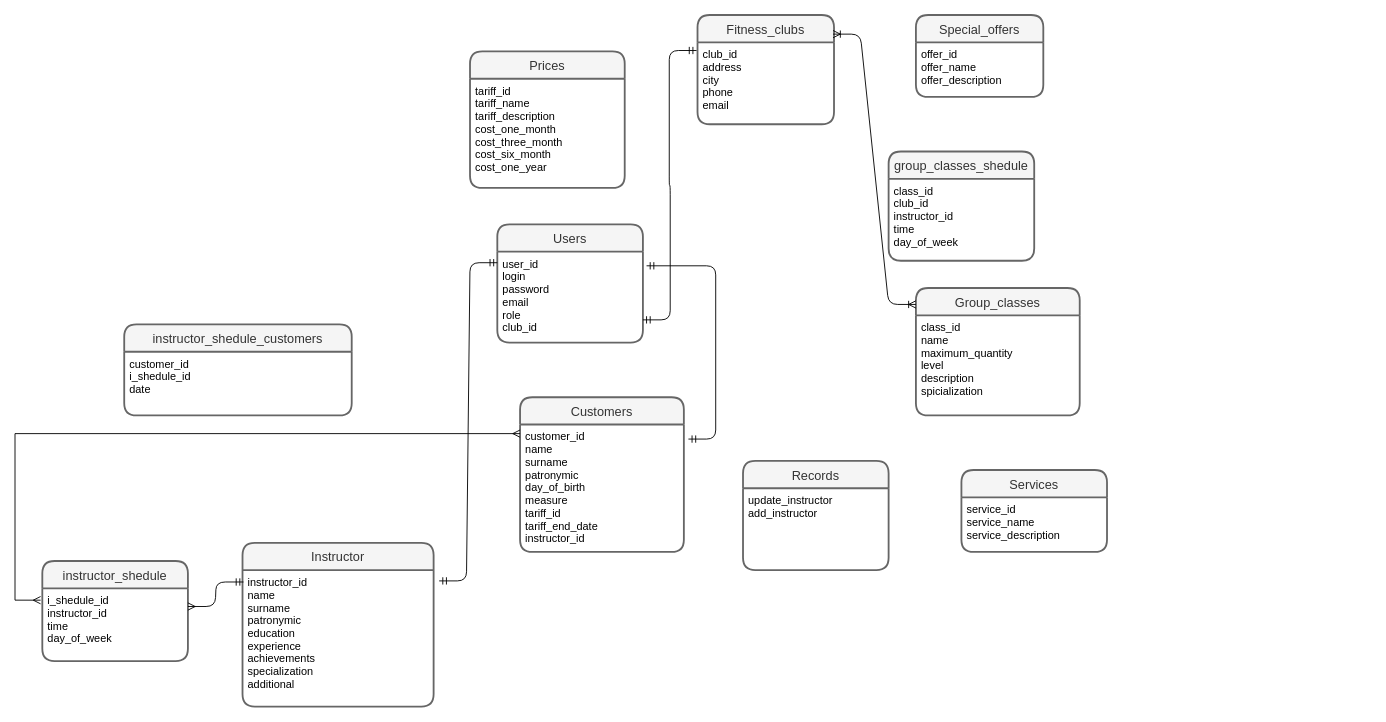
LyubaxaPro/database_course_project keeps this draw.io diagram as course_project_new.drawio. Above is the earlier version. Source tidied: cells renumbered, new cells numbered last; positions are measured from the earlier drawing's top-left corner, leaving out a move shared by most shapes. Both pictures are drawn from the tidied source at 91%, with x=0, y=0 at pixel (15, 15).
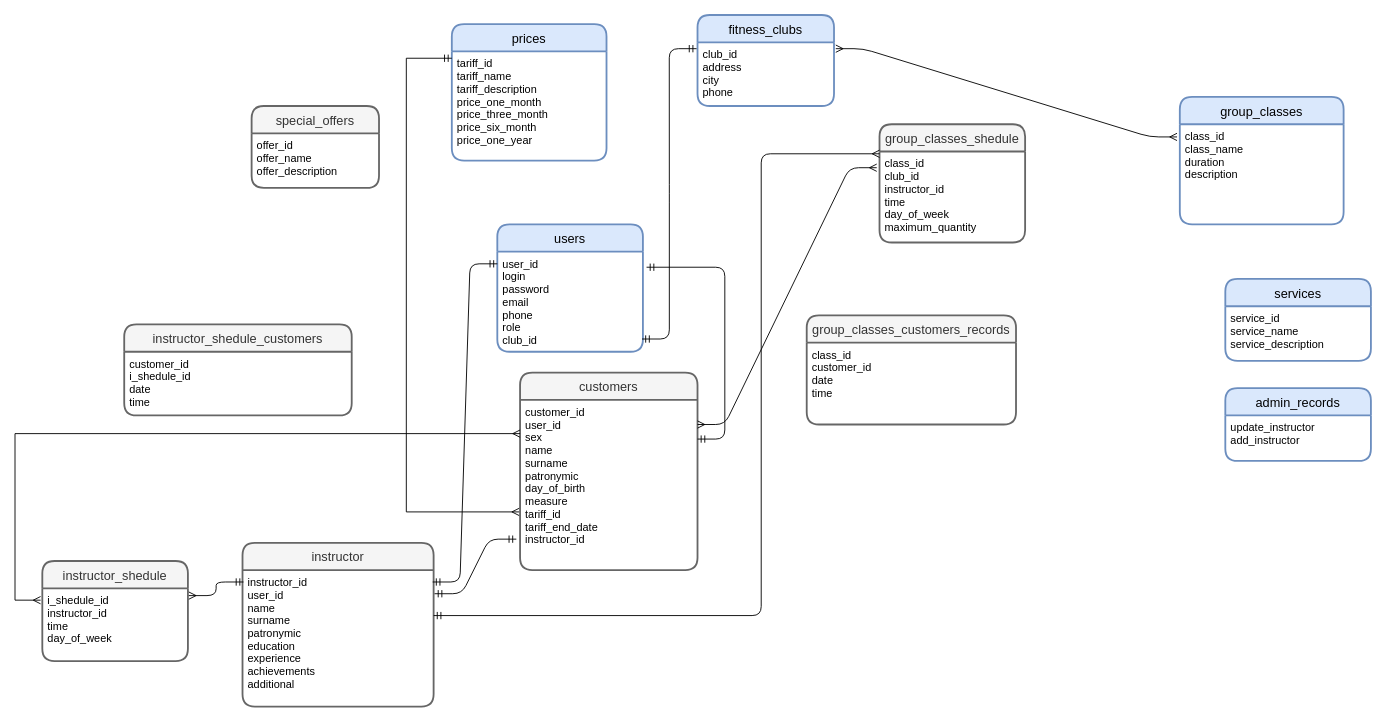
Above is the later version.

The change refers to these unchanged cells:
```xml
<mxCell id="27" value="i_shedule_id&#10;instructor_id&#10;time&#10;day_of_week" style="align=left;strokeColor=none;fillColor=none;spacingLeft=4;fontSize=12;verticalAlign=top;" parent="26" vertex="1">
  <mxGeometry y="30" width="160" height="80" as="geometry" />
</mxCell>
<mxCell id="29" value="instructor_shedule_customers" style="swimlane;horizontal=1;startSize=30;rounded=1;fontSize=14;fontStyle=0;strokeWidth=2;shadow=0;dashed=0;align=center;fillColor=#f5f5f5;strokeColor=#666666;fontColor=#333333;" parent="1" vertex="1">
  <mxGeometry x="120" y="340" width="250" height="100" as="geometry" />
</mxCell>
```

The edit, as a diff of the source:
```diff
@@
-    <mxCell id="2" value="Сustomers" style="swimlane;horizontal=1;startSize=30;rounded=1;fontSize=14;fontStyle=0;strokeWidth=2;shadow=0;dashed=0;align=center;fillColor=#f5f5f5;strokeColor=#666666;fontColor=#333333;" parent="1" vertex="1">
-      <mxGeometry x="555" y="420" width="180" height="170" as="geometry" />
+    <mxCell id="2" value="customers" style="swimlane;horizontal=1;startSize=30;rounded=1;fontSize=14;fontStyle=0;strokeWidth=2;shadow=0;dashed=0;align=center;fillColor=#f5f5f5;strokeColor=#666666;fontColor=#333333;" parent="1" vertex="1">
+      <mxGeometry x="555" y="393" width="195" height="217" as="geometry" />
     </mxCell>
-    <mxCell id="3" value="customer_id&#10;name&#10;surname&#10;patronymic&#10;day_of_birth&#10;measure&#10;tariff_id&#10;tariff_end_date&#10;instructor_id&#10;&#10;" style="align=left;strokeColor=none;fillColor=none;spacingLeft=4;fontSize=12;verticalAlign=top;" parent="2" vertex="1">
-      <mxGeometry y="30" width="180" height="140" as="geometry" />
+    <mxCell id="3" value="customer_id&#10;user_id&#10;sex&#10;name&#10;surname&#10;patronymic&#10;day_of_birth&#10;measure&#10;tariff_id&#10;tariff_end_date&#10;instructor_id&#10;&#10;" style="align=left;strokeColor=none;fillColor=none;spacingLeft=4;fontSize=12;verticalAlign=top;" parent="2" vertex="1">
+      <mxGeometry y="30" width="195" height="187" as="geometry" />
     </mxCell>
-    <mxCell id="4" value="Users" style="swimlane;horizontal=1;startSize=30;rounded=1;fontSize=14;fontStyle=0;strokeWidth=2;shadow=0;dashed=0;align=center;fillColor=#f5f5f5;strokeColor=#666666;fontColor=#333333;" parent="1" vertex="1">
-      <mxGeometry x="530" y="230" width="160" height="130" as="geometry" />
+    <mxCell id="4" value="users" style="swimlane;horizontal=1;startSize=30;rounded=1;fontSize=14;fontStyle=0;strokeWidth=2;shadow=0;dashed=0;align=center;fillColor=#dae8fc;strokeColor=#6c8ebf;" parent="1" vertex="1">
+      <mxGeometry x="530" y="230" width="160" height="140" as="geometry" />
     </mxCell>
-    <mxCell id="5" value="user_id&#10;login&#10;password&#10;email&#10;role&#10;club_id&#10;&#10;&#10;" style="align=left;strokeColor=none;fillColor=none;spacingLeft=4;fontSize=12;verticalAlign=top;" parent="4" vertex="1">
-      <mxGeometry y="30" width="160" height="100" as="geometry" />
+    <mxCell id="5" value="user_id&#10;login&#10;password&#10;email&#10;phone&#10;role&#10;club_id&#10;&#10;&#10;" style="align=left;strokeColor=none;fillColor=none;spacingLeft=4;fontSize=12;verticalAlign=top;" parent="4" vertex="1">
+      <mxGeometry y="30" width="160" height="110" as="geometry" />
     </mxCell>
-    <mxCell id="6" value="Fitness_clubs" style="swimlane;horizontal=1;startSize=30;rounded=1;fontSize=14;fontStyle=0;strokeWidth=2;shadow=0;dashed=0;align=center;fillColor=#f5f5f5;strokeColor=#666666;fontColor=#333333;" parent="1" vertex="1">
-      <mxGeometry x="750" width="150" height="120" as="geometry" />
+    <mxCell id="6" value="fitness_clubs" style="swimlane;horizontal=1;startSize=30;rounded=1;fontSize=14;fontStyle=0;strokeWidth=2;shadow=0;dashed=0;align=center;fillColor=#dae8fc;strokeColor=#6c8ebf;" parent="1" vertex="1">
+      <mxGeometry x="750" width="150" height="100" as="geometry" />
     </mxCell>
-    <mxCell id="7" value="club_id&#10;address&#10;city&#10;phone&#10;email&#10;" style="align=left;strokeColor=none;fillColor=none;spacingLeft=4;fontSize=12;verticalAlign=top;" parent="6" vertex="1">
-      <mxGeometry y="30" width="150" height="90" as="geometry" />
+    <mxCell id="7" value="club_id&#10;address&#10;city&#10;phone&#10;" style="align=left;strokeColor=none;fillColor=none;spacingLeft=4;fontSize=12;verticalAlign=top;" parent="6" vertex="1">
+      <mxGeometry y="30" width="150" height="70" as="geometry" />
     </mxCell>
-    <mxCell id="8" style="edgeStyle=entityRelationEdgeStyle;fontSize=12;html=1;endArrow=ERmandOne;startArrow=ERmandOne;entryX=-0.007;entryY=0.1;entryDx=0;entryDy=0;entryPerimeter=0;exitX=1;exitY=0.75;exitDx=0;exitDy=0;" parent="1" edge="1" source="5" target="7">
+    <mxCell id="8" style="edgeStyle=entityRelationEdgeStyle;fontSize=12;html=1;endArrow=ERmandOne;startArrow=ERmandOne;entryX=-0.007;entryY=0.1;entryDx=0;entryDy=0;entryPerimeter=0;exitX=0.994;exitY=0.873;exitDx=0;exitDy=0;exitPerimeter=0;" parent="1" edge="1" source="5" target="7">
       <mxGeometry relative="1" as="geometry" />
     </mxCell>
-    <mxCell id="9" value="Prices" style="swimlane;horizontal=1;startSize=30;rounded=1;fontSize=14;fontStyle=0;strokeWidth=2;shadow=0;dashed=0;align=center;fillColor=#f5f5f5;strokeColor=#666666;fontColor=#333333;" parent="1" vertex="1">
-      <mxGeometry x="500" y="40" width="170" height="150" as="geometry" />
+    <mxCell id="9" value="prices" style="swimlane;horizontal=1;startSize=30;rounded=1;fontSize=14;fontStyle=0;strokeWidth=2;shadow=0;dashed=0;align=center;fillColor=#dae8fc;strokeColor=#6c8ebf;" parent="1" vertex="1">
+      <mxGeometry x="480" y="10" width="170" height="150" as="geometry" />
     </mxCell>
-    <mxCell id="10" value="tariff_id&#10;tariff_name&#10;tariff_description&#10;cost_one_month&#10;cost_three_month&#10;cost_six_month&#10;cost_one_year" style="align=left;strokeColor=none;fillColor=none;spacingLeft=4;fontSize=12;verticalAlign=top;" parent="9" vertex="1">
+    <mxCell id="10" value="tariff_id&#10;tariff_name&#10;tariff_description&#10;price_one_month&#10;price_three_month&#10;price_six_month&#10;price_one_year" style="align=left;strokeColor=none;fillColor=none;spacingLeft=4;fontSize=12;verticalAlign=top;" parent="9" vertex="1">
       <mxGeometry y="30" width="170" height="120" as="geometry" />
     </mxCell>
-    <mxCell id="11" value="Special_offers" style="swimlane;horizontal=1;startSize=30;rounded=1;fontSize=14;fontStyle=0;strokeWidth=2;shadow=0;dashed=0;align=center;fillColor=#f5f5f5;strokeColor=#666666;fontColor=#333333;" parent="1" vertex="1">
-      <mxGeometry x="990" width="140" height="90" as="geometry" />
+    <mxCell id="11" value="special_offers" style="swimlane;horizontal=1;startSize=30;rounded=1;fontSize=14;fontStyle=0;strokeWidth=2;shadow=0;dashed=0;align=center;fillColor=#f5f5f5;strokeColor=#666666;fontColor=#333333;" parent="1" vertex="1">
+      <mxGeometry x="260" y="100" width="140" height="90" as="geometry" />
     </mxCell>
@@
-    <mxCell id="13" value="Services" style="swimlane;horizontal=1;startSize=30;rounded=1;fontSize=14;fontStyle=0;strokeWidth=2;shadow=0;dashed=0;align=center;fillColor=#f5f5f5;strokeColor=#666666;fontColor=#333333;" parent="1" vertex="1">
-      <mxGeometry x="1040" y="500" width="160" height="90" as="geometry" />
+    <mxCell id="13" value="services" style="swimlane;horizontal=1;startSize=30;rounded=1;fontSize=14;fontStyle=0;strokeWidth=2;shadow=0;dashed=0;align=center;fillColor=#dae8fc;strokeColor=#6c8ebf;" parent="1" vertex="1">
+      <mxGeometry x="1330" y="290" width="160" height="90" as="geometry" />
     </mxCell>
@@
-    <mxCell id="15" value="Instructor" style="swimlane;horizontal=1;startSize=30;rounded=1;fontSize=14;fontStyle=0;strokeWidth=2;shadow=0;dashed=0;align=center;fillColor=#f5f5f5;strokeColor=#666666;fontColor=#333333;" parent="1" vertex="1">
+    <mxCell id="15" value="instructor" style="swimlane;horizontal=1;startSize=30;rounded=1;fontSize=14;fontStyle=0;strokeWidth=2;shadow=0;dashed=0;align=center;fillColor=#f5f5f5;strokeColor=#666666;fontColor=#333333;" parent="1" vertex="1">
       <mxGeometry x="250" y="580" width="210" height="180" as="geometry" />
     </mxCell>
-    <mxCell id="16" value="instructor_id&#10;name&#10;surname&#10;patronymic&#10;education&#10;experience&#10;achievements&#10;specialization&#10;additional" style="align=left;strokeColor=none;fillColor=none;spacingLeft=4;fontSize=12;verticalAlign=top;" parent="15" vertex="1">
+    <mxCell id="16" value="instructor_id&#10;user_id&#10;name&#10;surname&#10;patronymic&#10;education&#10;experience&#10;achievements&#10;additional" style="align=left;strokeColor=none;fillColor=none;spacingLeft=4;fontSize=12;verticalAlign=top;" parent="15" vertex="1">
       <mxGeometry y="30" width="210" height="150" as="geometry" />
     </mxCell>
-    <mxCell id="17" value="Group_classes" style="swimlane;horizontal=1;startSize=30;rounded=1;fontSize=14;fontStyle=0;strokeWidth=2;shadow=0;dashed=0;align=center;fillColor=#f5f5f5;strokeColor=#666666;fontColor=#333333;" parent="1" vertex="1">
-      <mxGeometry x="990" y="300" width="180" height="140" as="geometry" />
+    <mxCell id="17" value="group_classes" style="swimlane;horizontal=1;startSize=30;rounded=1;fontSize=14;fontStyle=0;strokeWidth=2;shadow=0;dashed=0;align=center;fillColor=#dae8fc;strokeColor=#6c8ebf;" parent="1" vertex="1">
+      <mxGeometry x="1280" y="90" width="180" height="140" as="geometry" />
     </mxCell>
-    <mxCell id="18" value="class_id&#10;name&#10;maximum_quantity&#10;level&#10;description&#10;spicialization&#10;&#10;" style="align=left;strokeColor=none;fillColor=none;spacingLeft=4;fontSize=12;verticalAlign=top;" parent="17" vertex="1">
+    <mxCell id="18" value="class_id&#10;class_name&#10;duration&#10;description&#10;" style="align=left;strokeColor=none;fillColor=none;spacingLeft=4;fontSize=12;verticalAlign=top;" parent="17" vertex="1">
       <mxGeometry y="30" width="180" height="110" as="geometry" />
     </mxCell>
-    <mxCell id="19" style="edgeStyle=entityRelationEdgeStyle;fontSize=12;html=1;endArrow=ERmandOne;startArrow=ERmandOne;entryX=0;entryY=0.122;entryDx=0;entryDy=0;entryPerimeter=0;exitX=1.029;exitY=0.079;exitDx=0;exitDy=0;exitPerimeter=0;" parent="1" edge="1" source="16" target="5">
+    <mxCell id="19" style="edgeStyle=entityRelationEdgeStyle;fontSize=12;html=1;endArrow=ERmandOne;startArrow=ERmandOne;entryX=0;entryY=0.122;entryDx=0;entryDy=0;entryPerimeter=0;exitX=0.995;exitY=0.087;exitDx=0;exitDy=0;exitPerimeter=0;" parent="1" edge="1" source="16" target="5">
       <mxGeometry relative="1" as="geometry" />
     </mxCell>
     <mxCell id="20" value="group_classes_shedule" style="swimlane;horizontal=1;startSize=30;rounded=1;fontSize=14;fontStyle=0;strokeWidth=2;shadow=0;dashed=0;align=center;fillColor=#f5f5f5;strokeColor=#666666;fontColor=#333333;" parent="1" vertex="1">
-      <mxGeometry x="960" y="150" width="160" height="120" as="geometry" />
+      <mxGeometry x="950" y="120" width="160" height="130" as="geometry" />
     </mxCell>
-    <mxCell id="21" value="class_id&#10;club_id&#10;instructor_id&#10;time&#10;day_of_week" style="align=left;strokeColor=none;fillColor=none;spacingLeft=4;fontSize=12;verticalAlign=top;" parent="20" vertex="1">
-      <mxGeometry y="30" width="160" height="90" as="geometry" />
+    <mxCell id="21" value="class_id&#10;club_id&#10;instructor_id&#10;time&#10;day_of_week&#10;maximum_quantity" style="align=left;strokeColor=none;fillColor=none;spacingLeft=4;fontSize=12;verticalAlign=top;" parent="20" vertex="1">
+      <mxGeometry y="30" width="160" height="100" as="geometry" />
     </mxCell>
-    <mxCell id="22" style="edgeStyle=entityRelationEdgeStyle;fontSize=12;html=1;endArrow=ERoneToMany;startArrow=ERoneToMany;entryX=0;entryY=0.129;entryDx=0;entryDy=0;entryPerimeter=0;exitX=0.993;exitY=0.175;exitDx=0;exitDy=0;exitPerimeter=0;" parent="1" edge="1" source="6" target="17">
+    <mxCell id="22" style="edgeStyle=entityRelationEdgeStyle;fontSize=12;html=1;endArrow=ERmany;startArrow=ERmany;entryX=-0.017;entryY=0.127;entryDx=0;entryDy=0;entryPerimeter=0;exitX=1.013;exitY=0.1;exitDx=0;exitDy=0;exitPerimeter=0;startFill=0;endFill=0;" parent="1" edge="1" source="7" target="18">
       <mxGeometry relative="1" as="geometry" />
     </mxCell>
     <mxCell id="23" style="edgeStyle=entityRelationEdgeStyle;fontSize=12;html=1;endArrow=ERmandOne;startArrow=ERmandOne;entryX=1.025;entryY=0.156;entryDx=0;entryDy=0;entryPerimeter=0;" parent="1" edge="1" target="5">
       <mxGeometry relative="1" as="geometry">
-        <mxPoint x="740" y="466" as="sourcePoint" />
+        <mxPoint x="750" y="466" as="sourcePoint" />
       </mxGeometry>
     </mxCell>
-    <mxCell id="24" value="Records" style="swimlane;horizontal=1;startSize=30;rounded=1;fontSize=14;fontStyle=0;strokeWidth=2;shadow=0;dashed=0;align=center;fillColor=#f5f5f5;strokeColor=#666666;fontColor=#333333;" parent="1" vertex="1">
-      <mxGeometry x="800" y="490" width="160" height="120" as="geometry" />
+    <mxCell id="24" value="admin_records" style="swimlane;horizontal=1;startSize=30;rounded=1;fontSize=14;fontStyle=0;strokeWidth=2;shadow=0;dashed=0;align=center;fillColor=#dae8fc;strokeColor=#6c8ebf;" parent="1" vertex="1">
+      <mxGeometry x="1330" y="410" width="160" height="80" as="geometry" />
     </mxCell>
     <mxCell id="25" value="update_instructor&#10;add_instructor" style="align=left;strokeColor=none;fillColor=none;spacingLeft=4;fontSize=12;verticalAlign=top;" parent="24" vertex="1">
-      <mxGeometry y="30" width="160" height="90" as="geometry" />
+      <mxGeometry y="30" width="160" height="50" as="geometry" />
     </mxCell>
@@
-    <mxCell id="28" style="edgeStyle=entityRelationEdgeStyle;fontSize=12;html=1;endArrow=ERmandOne;startArrow=ERmany;exitX=1;exitY=0.25;exitDx=0;exitDy=0;entryX=0.005;entryY=0.087;entryDx=0;entryDy=0;entryPerimeter=0;startFill=0;endFill=0;" parent="1" edge="1" source="27" target="16">
+    <mxCell id="28" style="edgeStyle=entityRelationEdgeStyle;fontSize=12;html=1;endArrow=ERmandOne;startArrow=ERmany;entryX=0.005;entryY=0.087;entryDx=0;entryDy=0;entryPerimeter=0;startFill=0;endFill=0;exitX=1.006;exitY=0.1;exitDx=0;exitDy=0;exitPerimeter=0;" parent="1" edge="1" source="27" target="16">
       <mxGeometry relative="1" as="geometry" />
     </mxCell>
@@
-    <mxCell id="30" value="customer_id&#10;i_shedule_id&#10;date" style="align=left;strokeColor=none;fillColor=none;spacingLeft=4;fontSize=12;verticalAlign=top;" parent="29" vertex="1">
+    <mxCell id="30" value="customer_id&#10;i_shedule_id&#10;date&#10;time" style="align=left;strokeColor=none;fillColor=none;spacingLeft=4;fontSize=12;verticalAlign=top;" parent="29" vertex="1">
       <mxGeometry y="30" width="250" height="70" as="geometry" />
     </mxCell>
@@
+    <mxCell id="32" value="group_classes_customers_records" style="swimlane;horizontal=1;startSize=30;rounded=1;fontSize=14;fontStyle=0;strokeWidth=2;shadow=0;dashed=0;align=center;fillColor=#f5f5f5;strokeColor=#666666;fontColor=#333333;" parent="1" vertex="1">
+      <mxGeometry x="870" y="330" width="230" height="120" as="geometry" />
+    </mxCell>
+    <mxCell id="33" value="class_id&#10;customer_id&#10;date&#10;time" style="align=left;strokeColor=none;fillColor=none;spacingLeft=4;fontSize=12;verticalAlign=top;" parent="32" vertex="1">
+      <mxGeometry y="30" width="230" height="90" as="geometry" />
+    </mxCell>
+    <mxCell id="34" style="edgeStyle=entityRelationEdgeStyle;fontSize=12;html=1;endArrow=ERmany;startArrow=ERmany;entryX=-0.019;entryY=0.178;entryDx=0;entryDy=0;entryPerimeter=0;" parent="1" edge="1" target="21">
+      <mxGeometry relative="1" as="geometry">
+        <mxPoint x="750" y="450" as="sourcePoint" />
+      </mxGeometry>
+    </mxCell>
+    <mxCell id="35" style="edgeStyle=elbowEdgeStyle;rounded=0;orthogonalLoop=1;jettySize=auto;html=1;exitX=0.75;exitY=0;exitDx=0;exitDy=0;startArrow=ERmany;startFill=0;endArrow=ERmany;endFill=0;" parent="1" edge="1" source="32" target="32">
+      <mxGeometry relative="1" as="geometry" />
+    </mxCell>
+    <mxCell id="36" style="edgeStyle=elbowEdgeStyle;fontSize=12;html=1;endArrow=ERmany;startArrow=ERmandOne;entryX=0;entryY=0.25;entryDx=0;entryDy=0;startFill=0;exitX=1;exitY=0.333;exitDx=0;exitDy=0;exitPerimeter=0;" parent="1" edge="1" source="16" target="20">
+      <mxGeometry relative="1" as="geometry">
+        <Array as="points">
+          <mxPoint x="820" y="390" />
+        </Array>
+      </mxGeometry>
+    </mxCell>
+    <mxCell id="37" style="edgeStyle=elbowEdgeStyle;rounded=0;jettySize=auto;html=1;exitX=-0.005;exitY=0.658;exitDx=0;exitDy=0;entryX=0;entryY=0.25;entryDx=0;entryDy=0;startArrow=ERmany;startFill=0;endArrow=ERmandOne;endFill=0;elbow=vertical;jumpStyle=none;exitPerimeter=0;" parent="1" edge="1" source="3" target="9">
+      <mxGeometry relative="1" as="geometry">
+        <Array as="points">
+          <mxPoint x="430" y="250" />
+        </Array>
+      </mxGeometry>
+    </mxCell>
+    <mxCell id="38" style="edgeStyle=entityRelationEdgeStyle;fontSize=12;html=1;endArrow=ERmandOne;startArrow=ERmandOne;entryX=-0.021;entryY=0.818;entryDx=0;entryDy=0;entryPerimeter=0;exitX=1.005;exitY=0.173;exitDx=0;exitDy=0;exitPerimeter=0;" parent="1" edge="1" source="16" target="3">
+      <mxGeometry relative="1" as="geometry" />
+    </mxCell>
```
